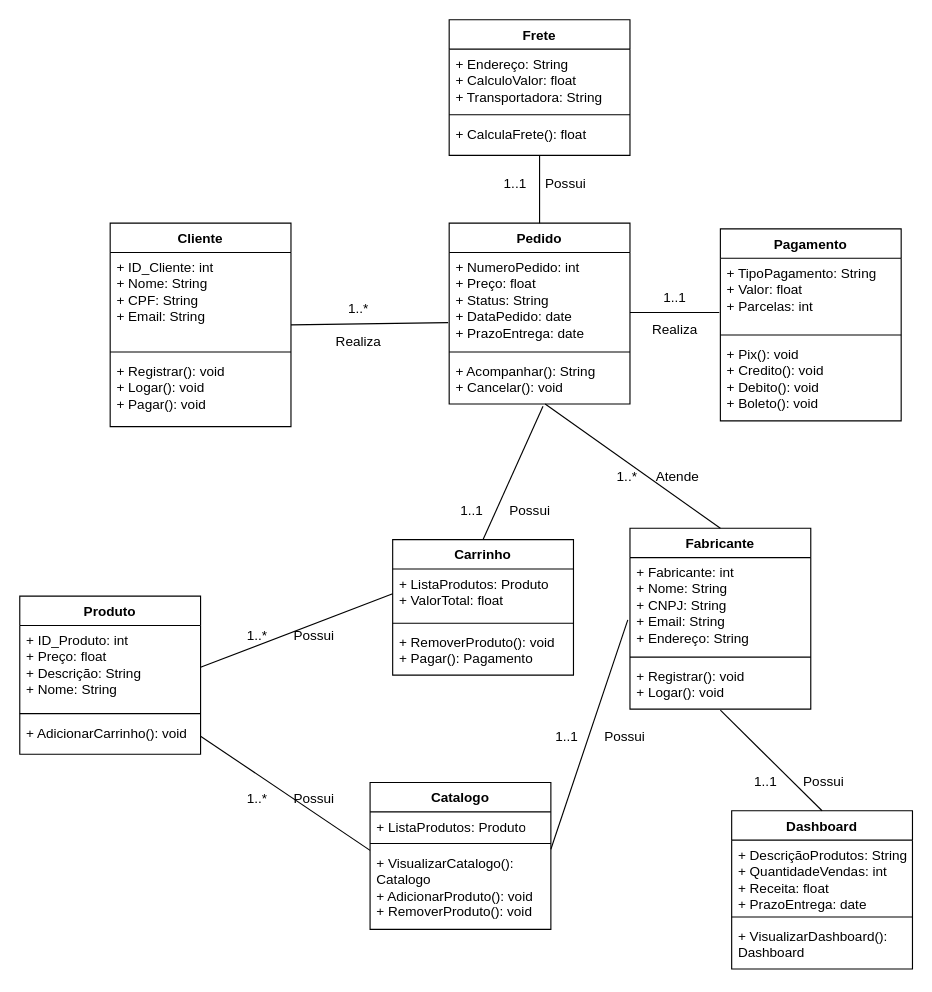
Before: DiagramaClasses.drawio in PedroAP2/Projeto-EngenhariaDaComputacao, a draw.io diagram. Source tidied: cells renumbered, new cells numbered last; positions are measured from the earlier drawing's top-left corner, leaving out a move shared by most shapes. Both pictures are drawn from the tidied source at 113%, with x=0, y=0 at pixel (19, 19).
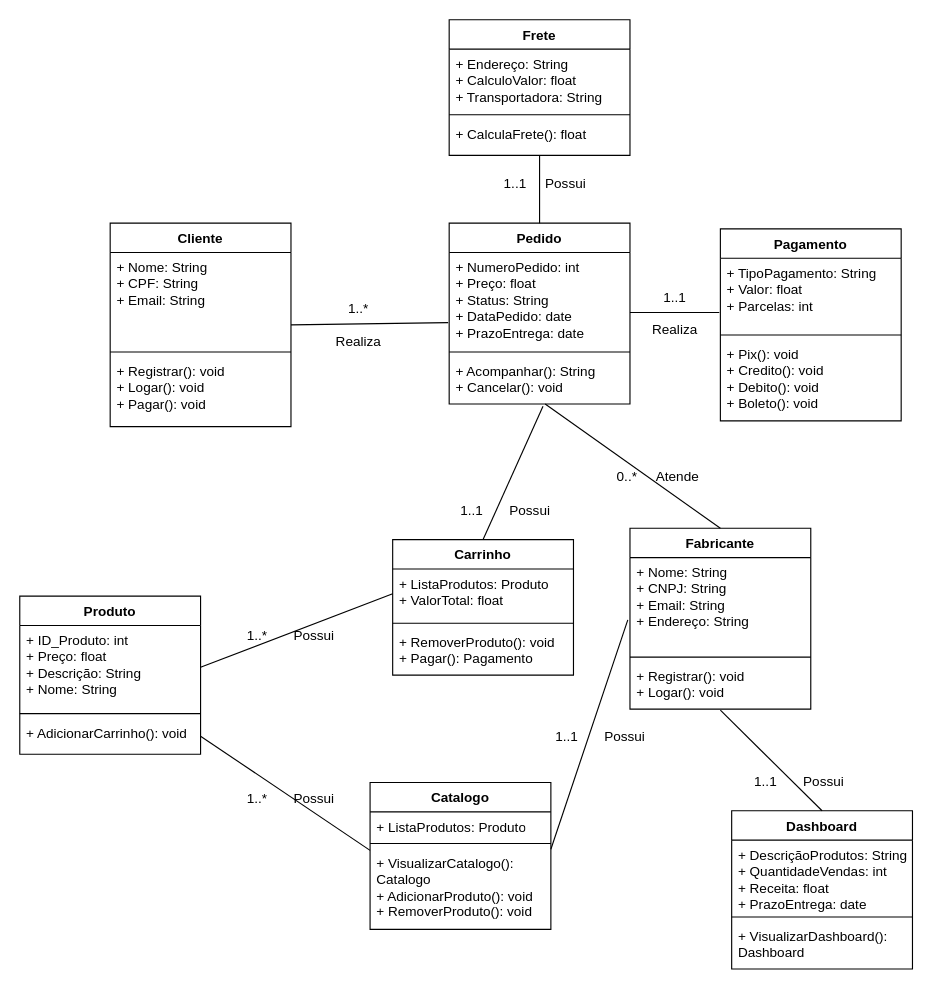
The same page after the edit.

The change refers to these unchanged cells:
```xml
<mxCell id="2" value="Cliente" style="swimlane;fontStyle=1;align=center;verticalAlign=top;horizontal=1;startSize=26;whiteSpace=wrap;html=1;" parent="1" vertex="1">
  <mxGeometry x="80" y="180" width="160" height="180" as="geometry" />
</mxCell>
<mxCell id="6" value="Fabricante" style="swimlane;fontStyle=1;align=center;verticalAlign=top;horizontal=1;startSize=26;whiteSpace=wrap;html=1;" parent="1" vertex="1">
  <mxGeometry x="540" y="450" width="160" height="160" as="geometry" />
</mxCell>
```

Diff of the diagram source:
```diff
@@
-    <mxCell id="3" value="+ ID_Cliente: int&lt;br&gt;+ Nome: String&lt;br&gt;+ CPF: String&lt;br&gt;+ Email: String" style="text;strokeColor=none;fillColor=none;align=left;verticalAlign=top;spacingLeft=4;spacingRight=4;overflow=hidden;whiteSpace=wrap;html=1;" parent="2" vertex="1">
+    <mxCell id="3" value="+ Nome: String&lt;br&gt;+ CPF: String&lt;br&gt;+ Email: String" style="text;strokeColor=none;fillColor=none;align=left;verticalAlign=top;spacingLeft=4;spacingRight=4;overflow=hidden;whiteSpace=wrap;html=1;" parent="2" vertex="1">
       <mxGeometry y="26" width="160" height="84" as="geometry" />
     </mxCell>
@@
-    <mxCell id="7" value="+ Fabricante: int&lt;br&gt;+ Nome: String&lt;br&gt;+ CNPJ: String&lt;br&gt;+ Email: String&lt;br&gt;+ Endereço: String" style="text;strokeColor=none;fillColor=none;align=left;verticalAlign=top;spacingLeft=4;spacingRight=4;overflow=hidden;points=[[0,0.5],[1,0.5]];portConstraint=eastwest;whiteSpace=wrap;html=1;" parent="6" vertex="1">
+    <mxCell id="7" value="+ Nome: String&lt;br&gt;+ CNPJ: String&lt;br&gt;+ Email: String&lt;br&gt;+ Endereço: String" style="text;strokeColor=none;fillColor=none;align=left;verticalAlign=top;spacingLeft=4;spacingRight=4;overflow=hidden;points=[[0,0.5],[1,0.5]];portConstraint=eastwest;whiteSpace=wrap;html=1;" parent="6" vertex="1">
       <mxGeometry y="26" width="160" height="84" as="geometry" />
     </mxCell>
@@
-    <mxCell id="50" value="1..*&amp;nbsp; &amp;nbsp; &amp;nbsp;Atende" style="text;html=1;strokeColor=none;fillColor=none;align=center;verticalAlign=middle;whiteSpace=wrap;rounded=0;" parent="1" vertex="1">
+    <mxCell id="50" value="0..*&amp;nbsp; &amp;nbsp; &amp;nbsp;Atende" style="text;html=1;strokeColor=none;fillColor=none;align=center;verticalAlign=middle;whiteSpace=wrap;rounded=0;" parent="1" vertex="1">
       <mxGeometry x="490" y="390" width="150" height="30" as="geometry" />
     </mxCell>
```
